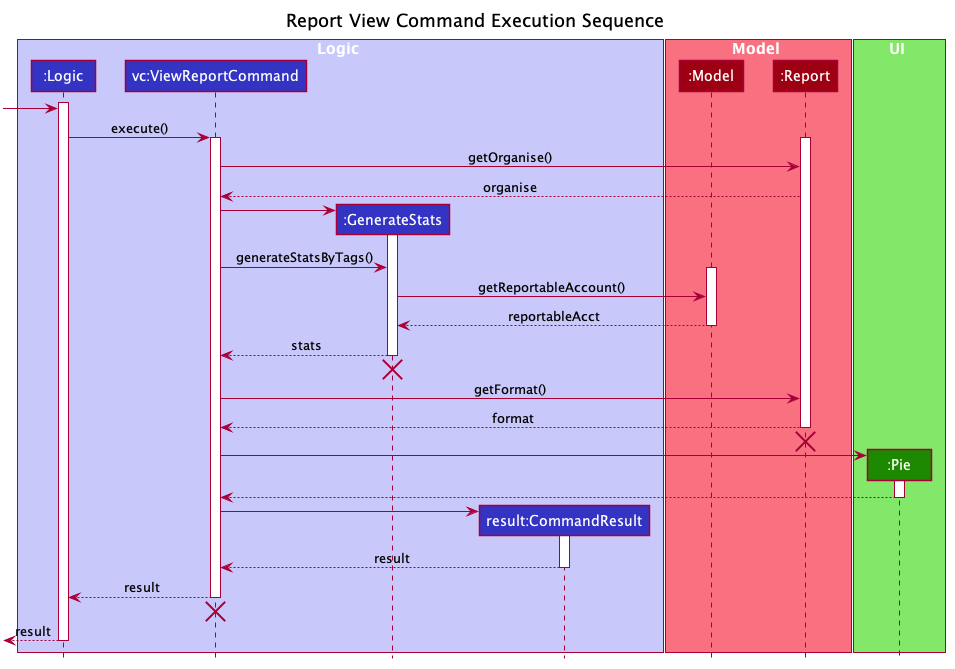
Above: docs/images/ReportViewExecution.png in zwasd/main (PlantUML), before the change.
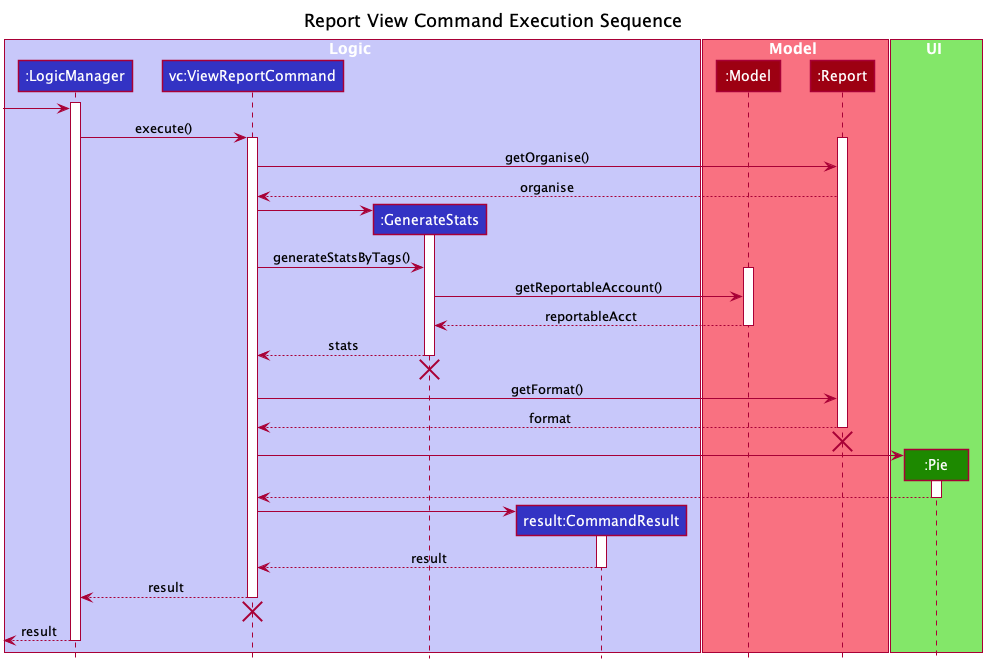
The same diagram one commit later.

Change to the diagram source:
```diff
@@ -53,7 +53,7 @@
 hide circle
 title Report View Command Execution Sequence
 box Logic #C8C8FA
-participant ":Logic" as Logic #3333C4
+participant ":LogicManager" as LogicManager #3333C4
 participant "vc:ViewReportCommand" as ViewReportCommand #3333C4
 participant ":GenerateStats" as GenerateStats #3333C4
 participant "result:CommandResult" as CommandResult #3333C4
@@ -68,9 +68,9 @@
 participant ":Pie" as Pie #1D8900
 end box
 
-activate Logic
-[-> Logic
-Logic -> ViewReportCommand : execute()
+activate LogicManager
+[-> LogicManager
+LogicManager -> ViewReportCommand : execute()
 activate ViewReportCommand
 activate Report
 ViewReportCommand -> Report : getOrganise()
@@ -103,10 +103,10 @@
 activate CommandResult
 CommandResult --> ViewReportCommand : result
 deactivate CommandResult
-Logic <-- ViewReportCommand : result
+LogicManager <-- ViewReportCommand : result
 deactivate ViewReportCommand
-ViewReportCommand -[hidden]-> Logic
+ViewReportCommand -[hidden]-> LogicManager
 destroy ViewReportCommand
-[<-- Logic : result
-deactivate Logic
+[<-- LogicManager : result
+deactivate LogicManager
 @enduml
```
